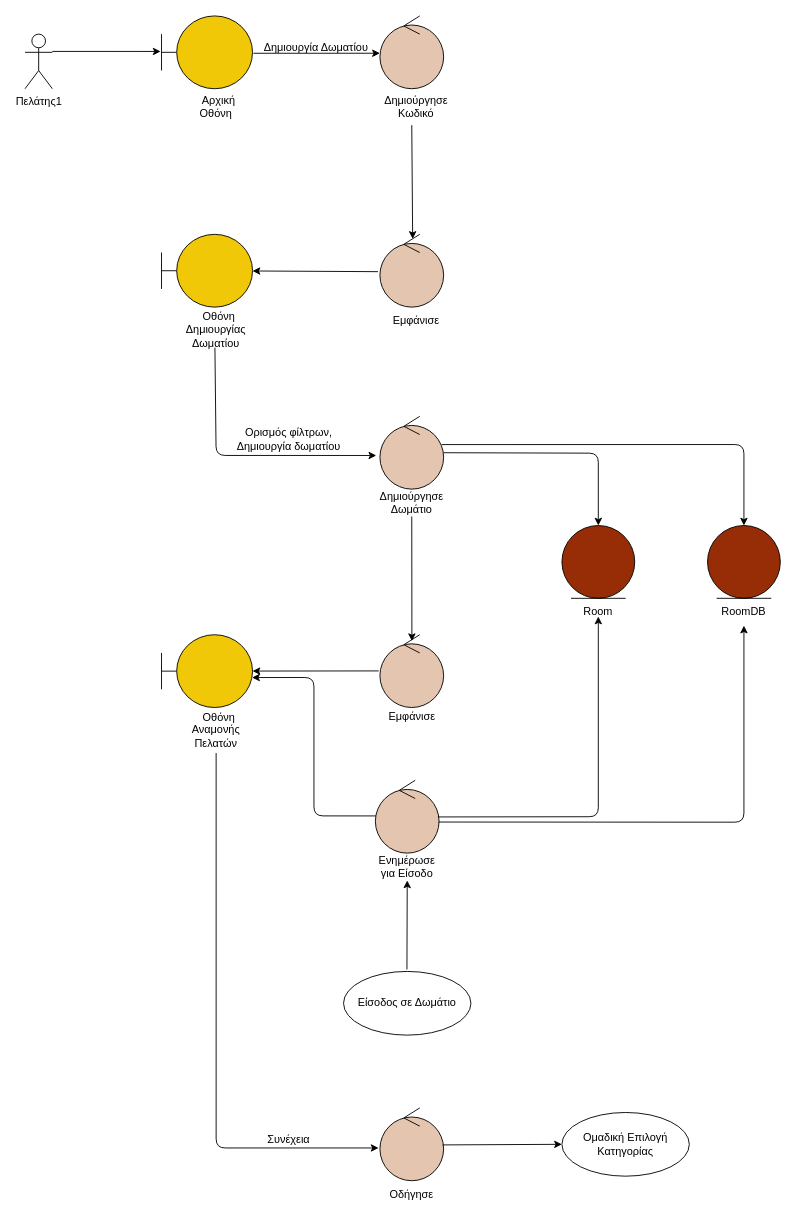
Above: docs/contributions/JoannaAgo/Phase_5/Create Room/Create_Room_Robustness.drawio in iloudaros/nomnomr (draw.io), before the change. Source tidied: cells renumbered, new cells numbered last; positions are measured from the earlier drawing's top-left corner, leaving out a move shared by most shapes. Both pictures are drawn from the tidied source at 91%, with x=0, y=0 at pixel (25, 15).
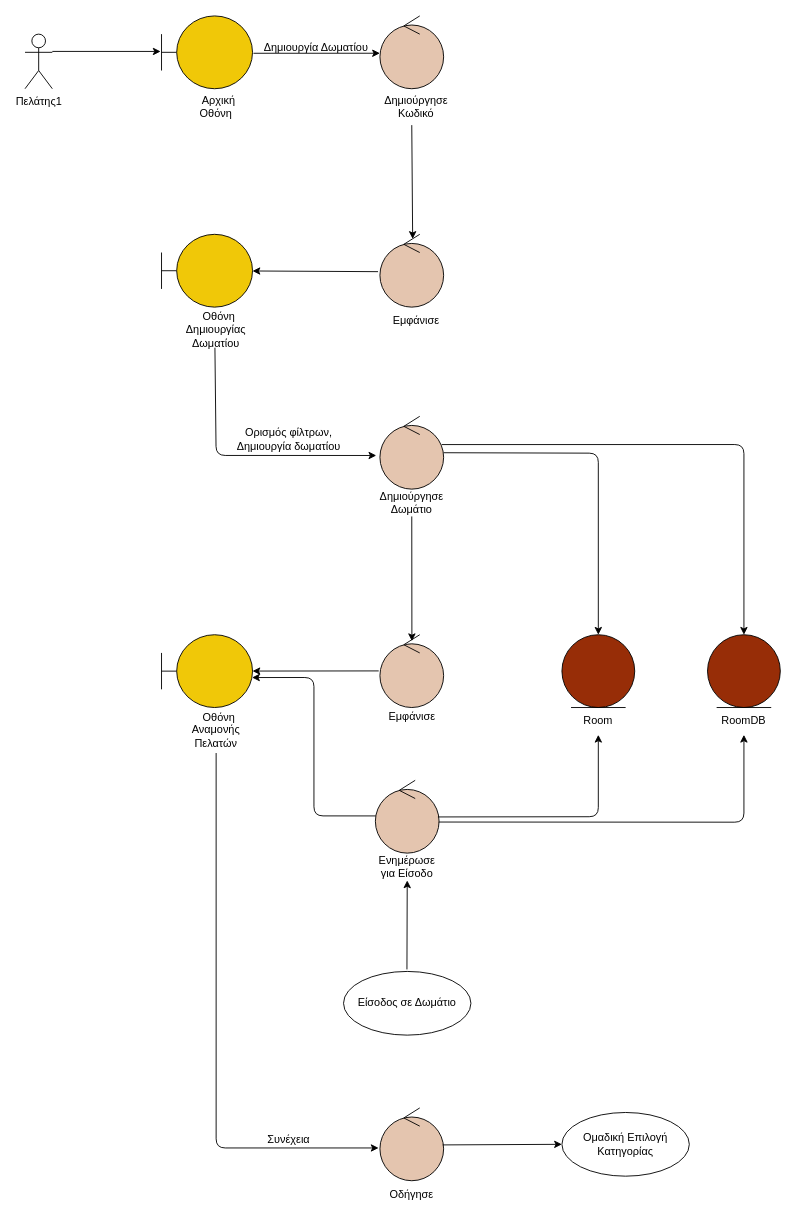
The same page after the edit.

Unchanged cells that the change refers to:
```xml
<mxCell id="29" style="ellipse;shape=umlControl;whiteSpace=wrap;html=1;fillColor=#E4C5AF;" parent="1" vertex="1">
  <mxGeometry x="385" y="840" width="70" height="80" as="geometry" />
</mxCell>
```

The edit, as a diff of the source:
```diff
@@
     <mxCell id="19" style="ellipse;shape=umlEntity;whiteSpace=wrap;html=1;fillColor=#972D07;" parent="1" vertex="1">
-      <mxGeometry x="590" y="560" width="80" height="80" as="geometry" />
+      <mxGeometry x="590" y="680" width="80" height="80" as="geometry" />
     </mxCell>
     <mxCell id="20" value="Room" style="text;html=1;strokeColor=none;fillColor=none;align=center;verticalAlign=middle;whiteSpace=wrap;rounded=0;" parent="1" vertex="1">
-      <mxGeometry x="600" y="640" width="60" height="30" as="geometry" />
+      <mxGeometry x="600" y="760" width="60" height="30" as="geometry" />
     </mxCell>
@@
-    <mxCell id="31" style="endArrow=classic;html=1;rounded=1;exitX=0.982;exitY=0.503;exitDx=0;exitDy=0;exitPerimeter=0;" parent="1" edge="1" source="29">
+    <mxCell id="31" style="endArrow=classic;html=1;rounded=1;exitX=0.982;exitY=0.503;exitDx=0;exitDy=0;exitPerimeter=0;entryX=0.5;entryY=1;entryDx=0;entryDy=0;" parent="1" edge="1" source="29" target="20">
       <mxGeometry relative="1" as="geometry">
-        <mxPoint x="630" y="660" as="targetPoint" />
         <Array as="points">
           <mxPoint x="630" y="880" />
         </Array>
       </mxGeometry>
     </mxCell>
@@
     <mxCell id="40" style="ellipse;shape=umlEntity;whiteSpace=wrap;html=1;fillColor=#972D07;" parent="1" vertex="1">
-      <mxGeometry x="750" y="560" width="80" height="80" as="geometry" />
+      <mxGeometry x="750" y="680" width="80" height="80" as="geometry" />
     </mxCell>
     <mxCell id="41" value="RoomDB" style="text;html=1;strokeColor=none;fillColor=none;align=center;verticalAlign=middle;whiteSpace=wrap;rounded=0;" parent="1" vertex="1">
-      <mxGeometry x="760" y="640" width="60" height="30" as="geometry" />
+      <mxGeometry x="760" y="760" width="60" height="30" as="geometry" />
     </mxCell>
@@
-    <mxCell id="43" style="endArrow=classic;html=1;rounded=1;exitX=0.994;exitY=0.573;exitDx=0;exitDy=0;exitPerimeter=0;" parent="1" edge="1" source="29">
+    <mxCell id="43" style="endArrow=classic;html=1;rounded=1;exitX=0.994;exitY=0.573;exitDx=0;exitDy=0;exitPerimeter=0;entryX=0.5;entryY=1;entryDx=0;entryDy=0;" parent="1" edge="1" source="29" target="41">
       <mxGeometry relative="1" as="geometry">
-        <mxPoint x="790" y="670" as="targetPoint" />
         <Array as="points">
           <mxPoint x="790" y="886" />
         </Array>
       </mxGeometry>
     </mxCell>
```
